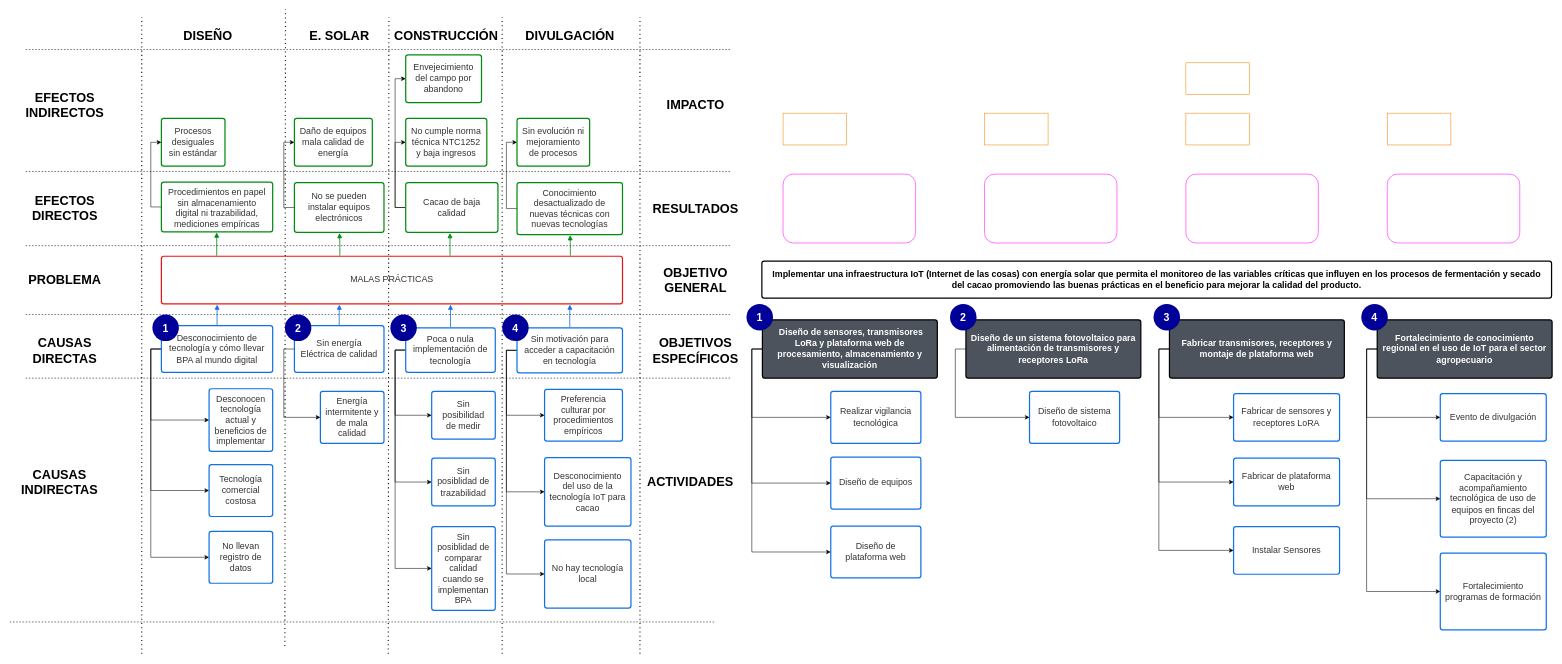
Above: page "Arbol de problemas" (1 of 2) of Diagrama sin título.drawio in LeonDV/documentacion (draw.io), before the change. Source tidied: cells renumbered, new cells numbered last; positions are measured from the earlier drawing's top-left corner, leaving out a move shared by most shapes. Both pictures are drawn from the tidied source at 53%, with x=0, y=0 at pixel (9, 9).
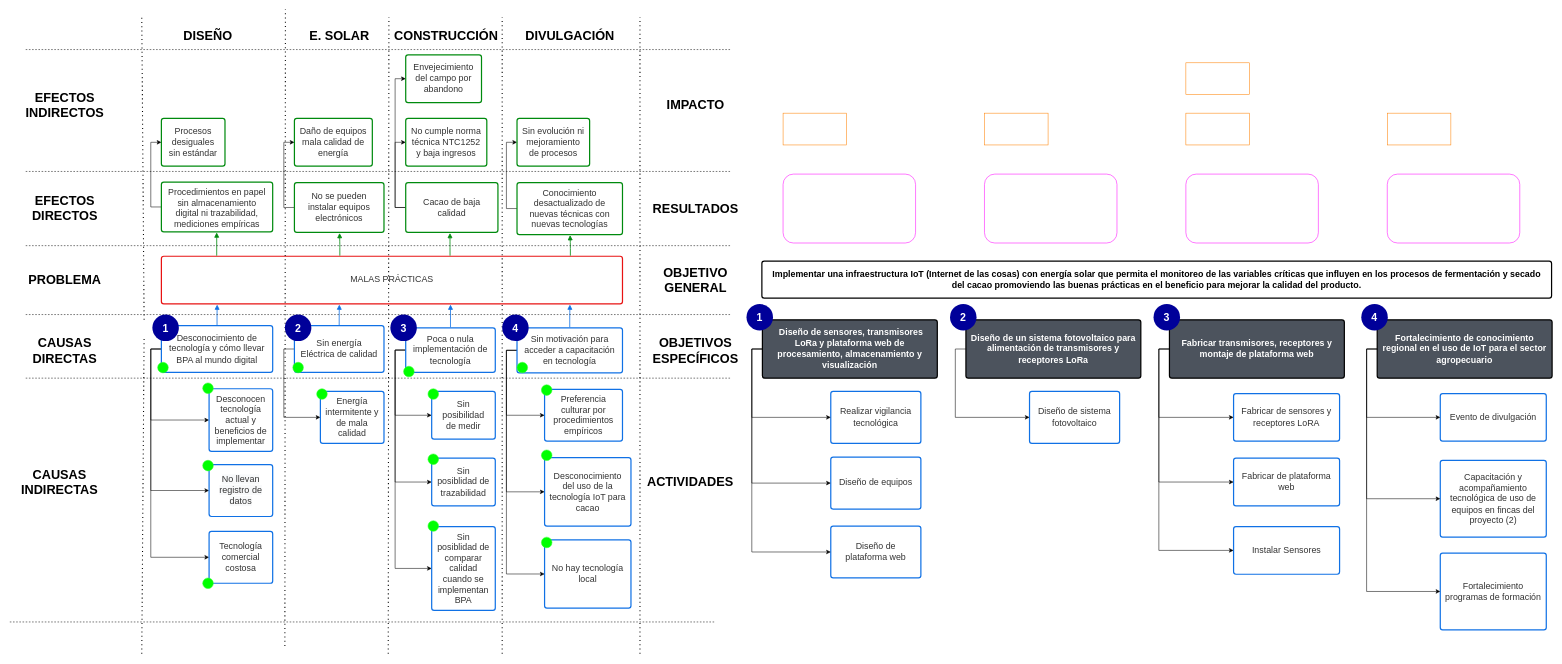
The same page after the edit.

What changed in the source:
```diff
@@
-    <mxCell id="17" value="Tecnología comercial costosa" style="html=1;overflow=block;blockSpacing=1;whiteSpace=wrap;fontSize=16.7;fontColor=#333333;align=center;spacing=9;strokeColor=#1071e5;strokeOpacity=100;rounded=1;absoluteArcSize=1;arcSize=9;strokeWidth=2.3;" parent="1" vertex="1">
+    <mxCell id="17" value="&lt;span style=&quot;color: rgb(51, 51, 51); font-family: Helvetica; font-size: 17px; font-style: normal; font-variant-ligatures: normal; font-variant-caps: normal; font-weight: 400; letter-spacing: normal; orphans: 2; text-align: center; text-indent: 0px; text-transform: none; widows: 2; word-spacing: 0px; -webkit-text-stroke-width: 0px; background-color: rgb(248, 249, 250); text-decoration-thickness: initial; text-decoration-style: initial; text-decoration-color: initial; float: none; display: inline !important;&quot;&gt;No llevan registro de datos&lt;/span&gt;&lt;br&gt;" style="html=1;overflow=block;blockSpacing=1;whiteSpace=wrap;fontSize=16.7;fontColor=#333333;align=center;spacing=9;strokeColor=#1071e5;strokeOpacity=100;rounded=1;absoluteArcSize=1;arcSize=9;strokeWidth=2.3;" parent="1" vertex="1">
       <mxGeometry x="377" y="859" width="120" height="98" as="geometry" />
     </mxCell>
@@
-    <mxCell id="49" style="endArrow=none;dashed=1;html=1;dashPattern=1 3;strokeWidth=2;rounded=0;" parent="1" edge="1">
+    <mxCell id="49" style="endArrow=none;dashed=1;html=1;dashPattern=1 3;strokeWidth=2;rounded=0;startArrow=none;" parent="1" edge="1">
       <mxGeometry relative="1" as="geometry">
-        <mxPoint x="250" y="1216" as="sourcePoint" />
+        <mxPoint x="254.4" y="586" as="sourcePoint" />
         <mxPoint x="250" y="15" as="targetPoint" />
       </mxGeometry>
     </mxCell>
@@
-    <mxCell id="81" value="No llevan registro de datos" style="html=1;overflow=block;blockSpacing=1;whiteSpace=wrap;fontSize=16.7;fontColor=#333333;align=center;spacing=9;strokeColor=#1071e5;strokeOpacity=100;rounded=1;absoluteArcSize=1;arcSize=9;strokeWidth=2.3;" parent="1" vertex="1">
+    <mxCell id="81" value="Tecnología comercial costosa" style="html=1;overflow=block;blockSpacing=1;whiteSpace=wrap;fontSize=16.7;fontColor=#333333;align=center;spacing=9;strokeColor=#1071e5;strokeOpacity=100;rounded=1;absoluteArcSize=1;arcSize=9;strokeWidth=2.3;" parent="1" vertex="1">
       <mxGeometry x="377" y="985" width="120" height="98" as="geometry" />
     </mxCell>
@@
+    <mxCell id="120" style="endArrow=none;dashed=1;html=1;dashPattern=1 3;strokeWidth=2;rounded=0;" parent="1" edge="1">
+      <mxGeometry relative="1" as="geometry">
+        <mxPoint x="250" y="1216" as="sourcePoint" />
+        <mxPoint x="254.4" y="617" as="targetPoint" />
+      </mxGeometry>
+    </mxCell>
+    <mxCell id="121" style="ellipse;whiteSpace=wrap;html=1;labelBackgroundColor=default;strokeColor=#33FF33;fontFamily=Helvetica;fontSize=12;fontColor=default;fillColor=#00FF00;" parent="1" vertex="1">
+      <mxGeometry x="365" y="851" width="20" height="20" as="geometry" />
+    </mxCell>
+    <mxCell id="122" style="ellipse;whiteSpace=wrap;html=1;labelBackgroundColor=default;strokeColor=#33FF33;fontFamily=Helvetica;fontSize=12;fontColor=default;fillColor=#00FF00;" parent="1" vertex="1">
+      <mxGeometry x="365" y="705" width="20" height="20" as="geometry" />
+    </mxCell>
+    <mxCell id="123" style="ellipse;whiteSpace=wrap;html=1;labelBackgroundColor=default;strokeColor=#33FF33;fontFamily=Helvetica;fontSize=12;fontColor=default;fillColor=#00FF00;" parent="1" vertex="1">
+      <mxGeometry x="280" y="666" width="20" height="20" as="geometry" />
+    </mxCell>
+    <mxCell id="124" style="ellipse;whiteSpace=wrap;html=1;labelBackgroundColor=default;strokeColor=#33FF33;fontFamily=Helvetica;fontSize=12;fontColor=default;fillColor=#00FF00;" parent="1" vertex="1">
+      <mxGeometry x="365" y="1073" width="20" height="20" as="geometry" />
+    </mxCell>
+    <mxCell id="125" style="ellipse;whiteSpace=wrap;html=1;labelBackgroundColor=default;strokeColor=#33FF33;fontFamily=Helvetica;fontSize=12;fontColor=default;fillColor=#00FF00;" parent="1" vertex="1">
+      <mxGeometry x="580" y="716" width="20" height="20" as="geometry" />
+    </mxCell>
+    <mxCell id="126" style="ellipse;whiteSpace=wrap;html=1;labelBackgroundColor=default;strokeColor=#33FF33;fontFamily=Helvetica;fontSize=12;fontColor=default;fillColor=#00FF00;" parent="1" vertex="1">
+      <mxGeometry x="535" y="666" width="20" height="20" as="geometry" />
+    </mxCell>
+    <mxCell id="127" style="ellipse;whiteSpace=wrap;html=1;labelBackgroundColor=default;strokeColor=#33FF33;fontFamily=Helvetica;fontSize=12;fontColor=default;fillColor=#00FF00;" parent="1" vertex="1">
+      <mxGeometry x="744" y="673.5" width="20" height="20" as="geometry" />
+    </mxCell>
+    <mxCell id="128" style="ellipse;whiteSpace=wrap;html=1;labelBackgroundColor=default;strokeColor=#33FF33;fontFamily=Helvetica;fontSize=12;fontColor=default;fillColor=#00FF00;" parent="1" vertex="1">
+      <mxGeometry x="790" y="716" width="20" height="20" as="geometry" />
+    </mxCell>
+    <mxCell id="129" style="ellipse;whiteSpace=wrap;html=1;labelBackgroundColor=default;strokeColor=#33FF33;fontFamily=Helvetica;fontSize=12;fontColor=default;fillColor=#00FF00;" parent="1" vertex="1">
+      <mxGeometry x="790" y="839" width="20" height="20" as="geometry" />
+    </mxCell>
+    <mxCell id="130" style="ellipse;whiteSpace=wrap;html=1;labelBackgroundColor=default;strokeColor=#33FF33;fontFamily=Helvetica;fontSize=12;fontColor=default;fillColor=#00FF00;" parent="1" vertex="1">
+      <mxGeometry x="790" y="965" width="20" height="20" as="geometry" />
+    </mxCell>
+    <mxCell id="131" style="ellipse;whiteSpace=wrap;html=1;labelBackgroundColor=default;strokeColor=#33FF33;fontFamily=Helvetica;fontSize=12;fontColor=default;fillColor=#00FF00;" parent="1" vertex="1">
+      <mxGeometry x="958" y="666" width="20" height="20" as="geometry" />
+    </mxCell>
+    <mxCell id="132" style="ellipse;whiteSpace=wrap;html=1;labelBackgroundColor=default;strokeColor=#33FF33;fontFamily=Helvetica;fontSize=12;fontColor=default;fillColor=#00FF00;" parent="1" vertex="1">
+      <mxGeometry x="1004" y="708.5" width="20" height="20" as="geometry" />
+    </mxCell>
+    <mxCell id="133" style="ellipse;whiteSpace=wrap;html=1;labelBackgroundColor=default;strokeColor=#33FF33;fontFamily=Helvetica;fontSize=12;fontColor=default;fillColor=#00FF00;" parent="1" vertex="1">
+      <mxGeometry x="1004" y="831.5" width="20" height="20" as="geometry" />
+    </mxCell>
+    <mxCell id="134" style="ellipse;whiteSpace=wrap;html=1;labelBackgroundColor=default;strokeColor=#33FF33;fontFamily=Helvetica;fontSize=12;fontColor=default;fillColor=#00FF00;" parent="1" vertex="1">
+      <mxGeometry x="1004" y="996" width="20" height="20" as="geometry" />
+    </mxCell>
```
